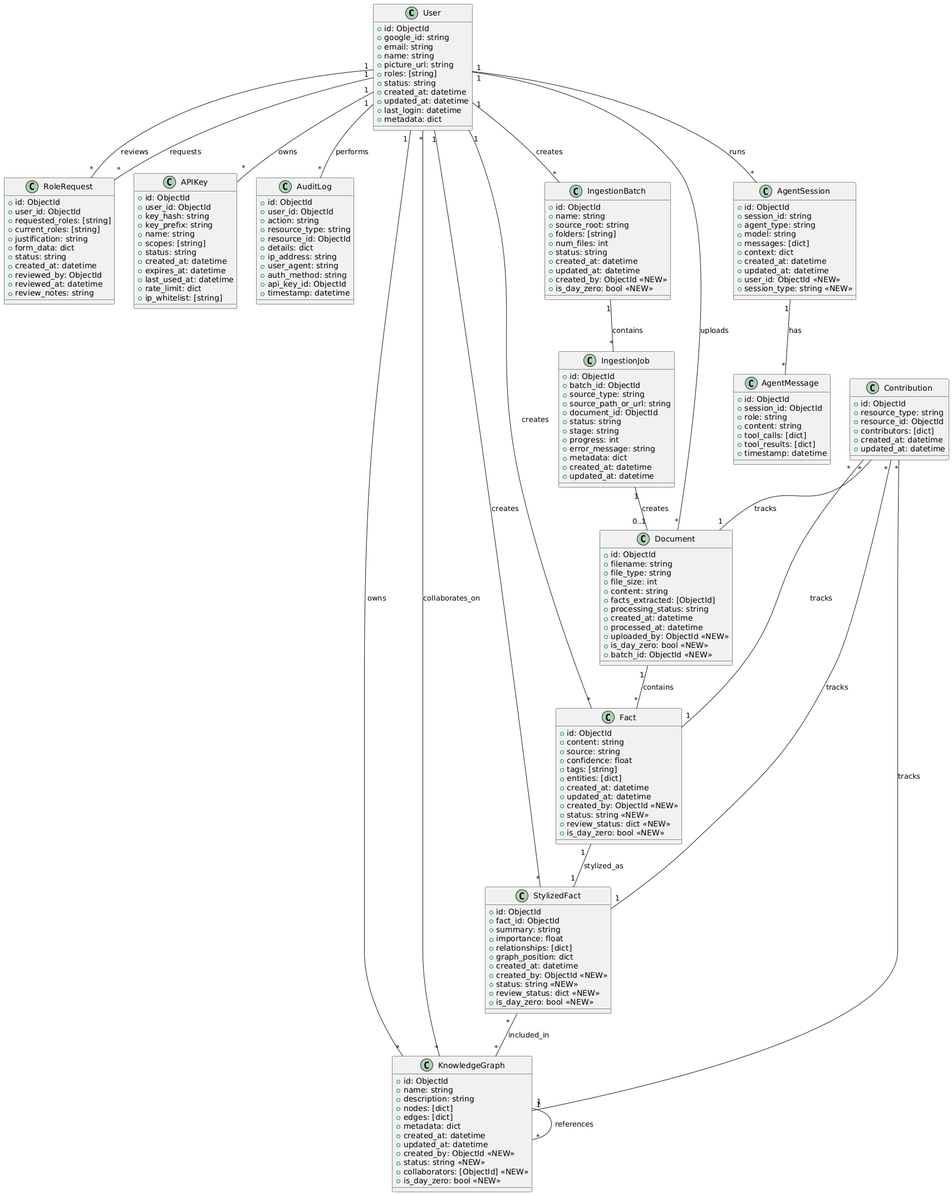
AdvanDEB/advandeb keeps this PlantUML diagram as docs/diagrams/knowledge-builder-data-model.png. Above is the earlier version. Source of this version:
```plantuml
@startuml knowledge-builder-data-model



class User {
  +id: ObjectId
  +google_id: string
  +email: string
  +name: string
  +picture_url: string
  +roles: [string]
  +status: string
  +created_at: datetime
  +updated_at: datetime
  +last_login: datetime
  +metadata: dict
}

class RoleRequest {
  +id: ObjectId
  +user_id: ObjectId
  +requested_roles: [string]
  +current_roles: [string]
  +justification: string
  +form_data: dict
  +status: string
  +created_at: datetime
  +reviewed_by: ObjectId
  +reviewed_at: datetime
  +review_notes: string
}

class APIKey {
  +id: ObjectId
  +user_id: ObjectId
  +key_hash: string
  +key_prefix: string
  +name: string
  +scopes: [string]
  +status: string
  +created_at: datetime
  +expires_at: datetime
  +last_used_at: datetime
  +rate_limit: dict
  +ip_whitelist: [string]
}

class AuditLog {
  +id: ObjectId
  +user_id: ObjectId
  +action: string
  +resource_type: string
  +resource_id: ObjectId
  +details: dict
  +ip_address: string
  +user_agent: string
  +auth_method: string
  +api_key_id: ObjectId
  +timestamp: datetime
}


class Document {
  +id: ObjectId
  +filename: string
  +file_type: string
  +file_size: int
  +content: string
  +facts_extracted: [ObjectId]
  +processing_status: string
  +created_at: datetime
  +processed_at: datetime
  +uploaded_by: ObjectId <<NEW>>
  +is_day_zero: bool <<NEW>>
  +batch_id: ObjectId <<NEW>>
}

class Fact {
  +id: ObjectId
  +content: string
  +source: string
  +confidence: float
  +tags: [string]
  +entities: [dict]
  +created_at: datetime
  +updated_at: datetime
  +created_by: ObjectId <<NEW>>
  +status: string <<NEW>>
  +review_status: dict <<NEW>>
  +is_day_zero: bool <<NEW>>
}

class StylizedFact {
  +id: ObjectId
  +fact_id: ObjectId
  +summary: string
  +importance: float
  +relationships: [dict]
  +graph_position: dict
  +created_at: datetime
  +created_by: ObjectId <<NEW>>
  +status: string <<NEW>>
  +review_status: dict <<NEW>>
  +is_day_zero: bool <<NEW>>
}

class KnowledgeGraph {
  +id: ObjectId
  +name: string
  +description: string
  +nodes: [dict]
  +edges: [dict]
  +metadata: dict
  +created_at: datetime
  +updated_at: datetime
  +created_by: ObjectId <<NEW>>
  +status: string <<NEW>>
  +collaborators: [ObjectId] <<NEW>>
  +is_day_zero: bool <<NEW>>
}


class IngestionBatch {
  +id: ObjectId
  +name: string
  +source_root: string
  +folders: [string]
  +num_files: int
  +status: string
  +created_at: datetime
  +updated_at: datetime
  +created_by: ObjectId <<NEW>>
  +is_day_zero: bool <<NEW>>
}

class IngestionJob {
  +id: ObjectId
  +batch_id: ObjectId
  +source_type: string
  +source_path_or_url: string
  +document_id: ObjectId
  +status: string
  +stage: string
  +progress: int
  +error_message: string
  +metadata: dict
  +created_at: datetime
  +updated_at: datetime
}


class AgentSession {
  +id: ObjectId
  +session_id: string
  +agent_type: string
  +model: string
  +messages: [dict]
  +context: dict
  +created_at: datetime
  +updated_at: datetime
  +user_id: ObjectId <<NEW>>
  +session_type: string <<NEW>>
}

class AgentMessage {
  +id: ObjectId
  +session_id: ObjectId
  +role: string
  +content: string
  +tool_calls: [dict]
  +tool_results: [dict]
  +timestamp: datetime
}


class Contribution {
  +id: ObjectId
  +resource_type: string
  +resource_id: ObjectId
  +contributors: [dict]
  +created_at: datetime
  +updated_at: datetime
}


User "1" -- "*" RoleRequest : requests
User "1" -- "*" APIKey : owns
User "1" -- "*" AuditLog : performs
User "1" -- "*" Document : uploads
User "1" -- "*" Fact : creates
User "1" -- "*" StylizedFact : creates
User "1" -- "*" KnowledgeGraph : owns
User "1" -- "*" IngestionBatch : creates
User "1" -- "*" AgentSession : runs

User "1" -- "*" RoleRequest : reviews
User "*" -- "*" KnowledgeGraph : collaborates_on

Document "1" -- "*" Fact : contains
Fact "1" -- "1" StylizedFact : stylized_as
StylizedFact "*" -- "*" KnowledgeGraph : included_in
KnowledgeGraph "1" -- "*" KnowledgeGraph : references

IngestionBatch "1" -- "*" IngestionJob : contains
IngestionJob "1" -- "0..1" Document : creates

AgentSession "1" -- "*" AgentMessage : has

Contribution "*" -- "1" Fact : tracks
Contribution "*" -- "1" StylizedFact : tracks
Contribution "*" -- "1" Document : tracks
Contribution "*" -- "1" KnowledgeGraph : tracks

@enduml
```
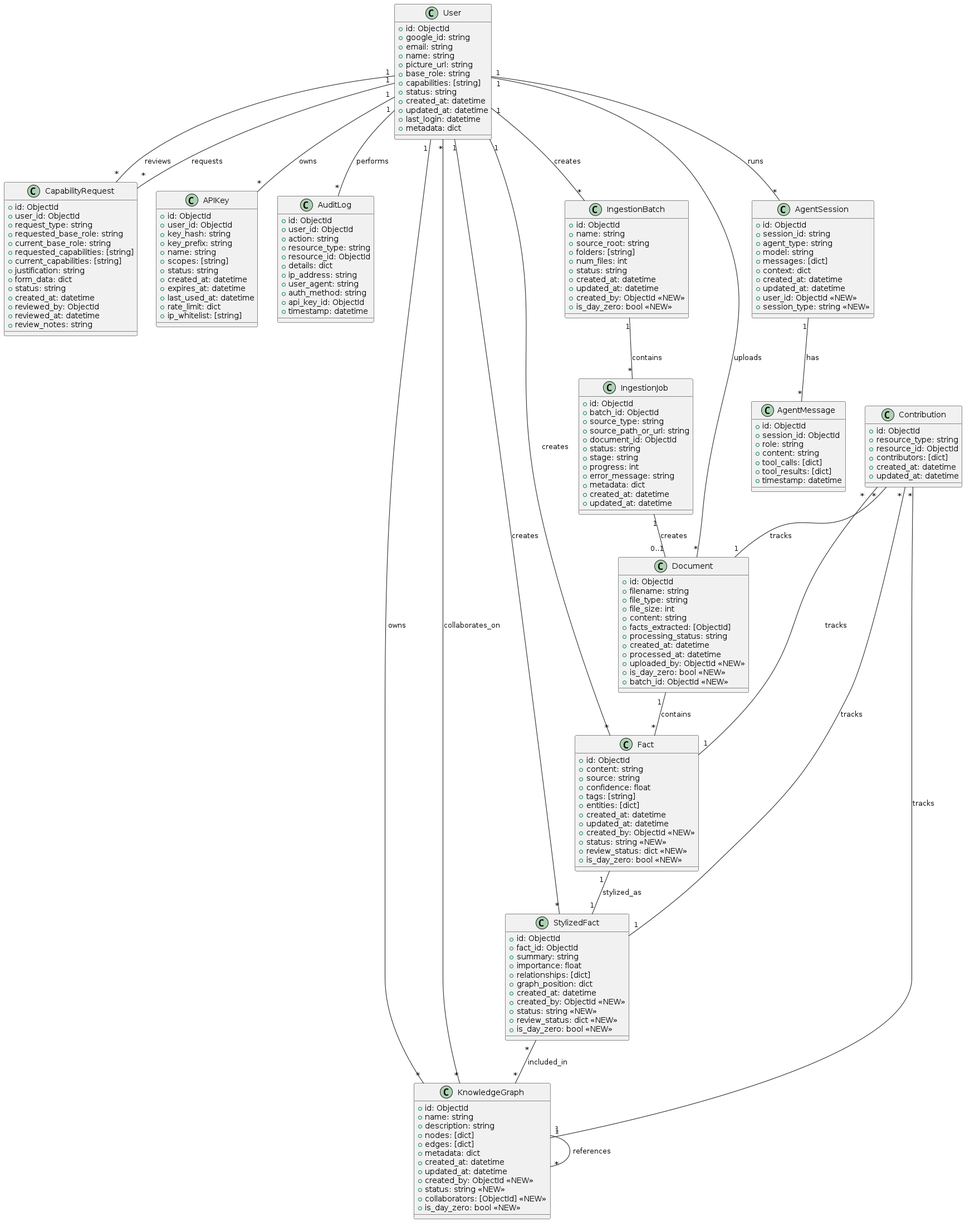
Later version of the same file.

The edit, as a diff of the source:
```diff
@@ -1,5 +1,7 @@
 @startuml knowledge-builder-data-model
 
+
+scale max 1920 width
 
 
 class User {
@@ -8,7 +10,8 @@
   +email: string
   +name: string
   +picture_url: string
-  +roles: [string]
+  +base_role: string
+  +capabilities: [string]
   +status: string
   +created_at: datetime
   +updated_at: datetime
@@ -16,11 +19,14 @@
   +metadata: dict
 }
 
-class RoleRequest {
+class CapabilityRequest {
   +id: ObjectId
   +user_id: ObjectId
-  +requested_roles: [string]
-  +current_roles: [string]
+  +request_type: string
+  +requested_base_role: string
+  +current_base_role: string
+  +requested_capabilities: [string]
+  +current_capabilities: [string]
   +justification: string
   +form_data: dict
   +status: string
@@ -183,7 +189,7 @@
 }
 
 
-User "1" -- "*" RoleRequest : requests
+User "1" -- "*" CapabilityRequest : requests
 User "1" -- "*" APIKey : owns
 User "1" -- "*" AuditLog : performs
 User "1" -- "*" Document : uploads
@@ -193,7 +199,7 @@
 User "1" -- "*" IngestionBatch : creates
 User "1" -- "*" AgentSession : runs
 
-User "1" -- "*" RoleRequest : reviews
+User "1" -- "*" CapabilityRequest : reviews
 User "*" -- "*" KnowledgeGraph : collaborates_on
 
 Document "1" -- "*" Fact : contains
```
